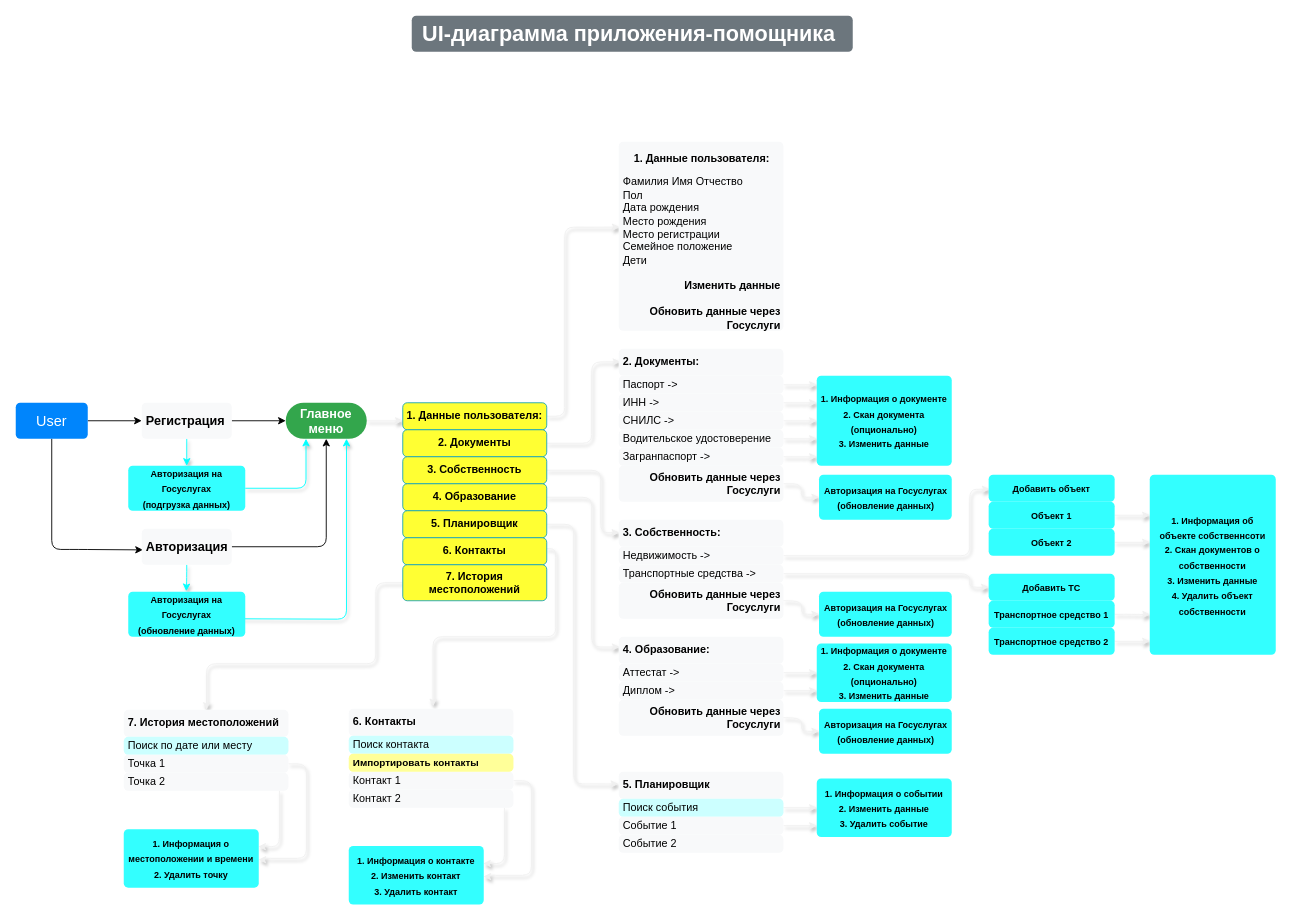
Earlier version of the draw.io diagram UI.drawio (Alexey913/gb_diploma). Source tidied: cells renumbered, new cells numbered last; positions are measured from the earlier drawing's top-left corner, leaving out a move shared by most shapes. Both pictures are drawn from the tidied source at 90%, with x=0, y=0 at pixel (15, 15).
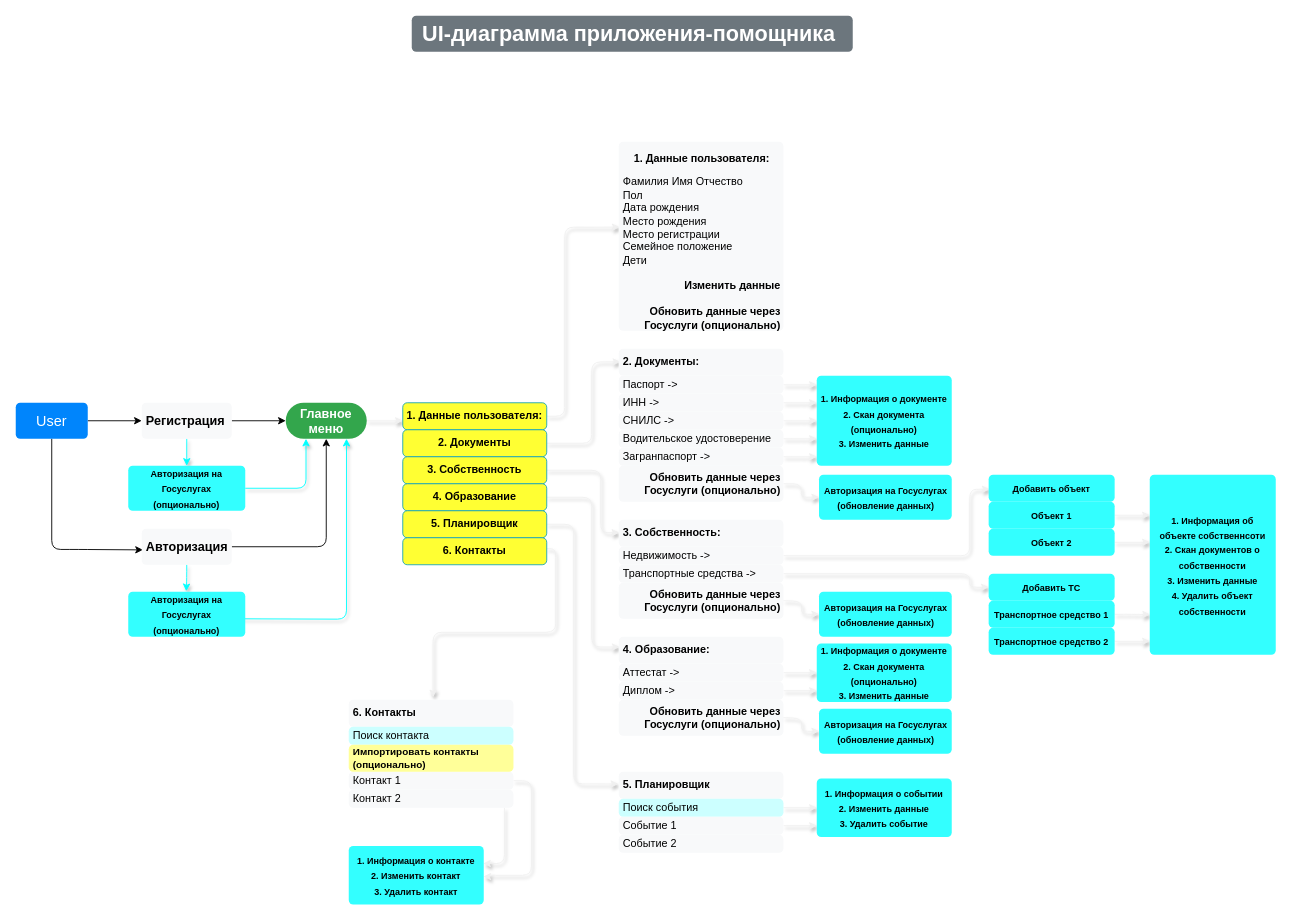
The same page after the edit.

The edit, as a diff of the source:
```diff
@@
-    <mxCell id="9" value="&lt;font style=&quot;font-size: 10px;&quot;&gt;Авторизация на Госуслугах&lt;br&gt;(подгрузка данных)&lt;br&gt;&lt;/font&gt;" style="html=1;shadow=0;dashed=0;shape=mxgraph.bootstrap.rrect;rSize=5;strokeColor=none;strokeWidth=1;fillColor=#33FFFF;fontColor=#000000;whiteSpace=wrap;align=center;verticalAlign=middle;spacingLeft=0;fontStyle=1;fontSize=14;spacing=5;" parent="1" vertex="1">
+    <mxCell id="9" value="&lt;font style=&quot;font-size: 10px;&quot;&gt;Авторизация на Госуслугах&lt;br&gt;(опционально)&lt;br&gt;&lt;/font&gt;" style="html=1;shadow=0;dashed=0;shape=mxgraph.bootstrap.rrect;rSize=5;strokeColor=none;strokeWidth=1;fillColor=#33FFFF;fontColor=#000000;whiteSpace=wrap;align=center;verticalAlign=middle;spacingLeft=0;fontStyle=1;fontSize=14;spacing=5;" parent="1" vertex="1">
       <mxGeometry x="125" y="500" width="130" height="50" as="geometry" />
     </mxCell>
@@
-    <mxCell id="16" value="&lt;font style=&quot;font-size: 10px;&quot;&gt;Авторизация на Госуслугах&lt;br&gt;(обновление данных)&lt;br&gt;&lt;/font&gt;" style="html=1;shadow=0;dashed=0;shape=mxgraph.bootstrap.rrect;rSize=5;strokeColor=none;strokeWidth=1;fillColor=#33FFFF;fontColor=#000000;whiteSpace=wrap;align=center;verticalAlign=middle;spacingLeft=0;fontStyle=1;fontSize=14;spacing=5;" parent="1" vertex="1">
+    <mxCell id="16" value="&lt;font style=&quot;font-size: 10px;&quot;&gt;Авторизация на Госуслугах&lt;br&gt;(опционально)&lt;br&gt;&lt;/font&gt;" style="html=1;shadow=0;dashed=0;shape=mxgraph.bootstrap.rrect;rSize=5;strokeColor=none;strokeWidth=1;fillColor=#33FFFF;fontColor=#000000;whiteSpace=wrap;align=center;verticalAlign=middle;spacingLeft=0;fontStyle=1;fontSize=14;spacing=5;" parent="1" vertex="1">
       <mxGeometry x="125" y="640" width="130" height="50" as="geometry" />
     </mxCell>
@@
-    <mxCell id="29" style="edgeStyle=orthogonalEdgeStyle;html=1;shadow=1;strokeColor=#F0F0F0;fontSize=11;fontColor=#000000;" parent="1" edge="1" source="30" target="90">
-      <mxGeometry relative="1" as="geometry">
-        <Array as="points">
-          <mxPoint x="400" y="630" />
-          <mxPoint x="400" y="720" />
-          <mxPoint x="212" y="720" />
-        </Array>
-      </mxGeometry>
-    </mxCell>
-    <mxCell id="30" value="&lt;div style=&quot;&quot;&gt;&lt;span style=&quot;background-color: initial;&quot;&gt;7. История местоположений&lt;/span&gt;&lt;/div&gt;" style="html=1;shadow=0;dashed=0;shape=mxgraph.bootstrap.rrect;rSize=5;strokeColor=#1CA5B8;strokeWidth=1;fillColor=#FFFF33;fontColor=#000000;whiteSpace=wrap;align=center;verticalAlign=middle;spacingLeft=0;fontStyle=1;fontSize=12;spacing=5;labelPosition=center;verticalLabelPosition=middle;" parent="1" vertex="1">
-      <mxGeometry x="430" y="610" width="160" height="40" as="geometry" />
-    </mxCell>
-    <mxCell id="31" value="&lt;p style=&quot;font-size: 12px; font-weight: 400; text-align: center;&quot;&gt;&lt;span style=&quot;background-color: initial;&quot;&gt;&lt;b&gt;1. Данные пользователя:&lt;/b&gt;&lt;/span&gt;&lt;br&gt;&lt;/p&gt;&lt;div style=&quot;font-size: 12px; font-weight: 400;&quot;&gt;Фамилия&amp;nbsp;&lt;span style=&quot;background-color: initial;&quot;&gt;Имя&amp;nbsp;&lt;/span&gt;&lt;span style=&quot;background-color: initial;&quot;&gt;Отчество&lt;/span&gt;&lt;/div&gt;&lt;div style=&quot;font-size: 12px; font-weight: 400;&quot;&gt;Пол&lt;/div&gt;&lt;div style=&quot;font-size: 12px; font-weight: 400;&quot;&gt;Дата рождения&lt;/div&gt;&lt;div style=&quot;font-size: 12px; font-weight: 400;&quot;&gt;Место рождения&lt;/div&gt;&lt;div style=&quot;font-size: 12px; font-weight: 400;&quot;&gt;Место регистрации&lt;/div&gt;&lt;div style=&quot;font-size: 12px; font-weight: 400;&quot;&gt;&lt;span style=&quot;background-color: initial;&quot;&gt;Семейное&amp;nbsp;&lt;/span&gt;&lt;span style=&quot;background-color: initial;&quot;&gt;положение&lt;/span&gt;&lt;/div&gt;&lt;div style=&quot;font-size: 12px; font-weight: 400;&quot;&gt;&lt;span style=&quot;background-color: initial;&quot;&gt;Дети&lt;/span&gt;&lt;/div&gt;&lt;div style=&quot;font-size: 12px; font-weight: 400;&quot;&gt;&lt;span style=&quot;background-color: initial;&quot;&gt;&lt;br&gt;&lt;/span&gt;&lt;/div&gt;&lt;div style=&quot;font-size: 12px; font-weight: 400; text-align: right;&quot;&gt;&lt;span style=&quot;background-color: initial;&quot;&gt;&lt;b&gt;Изменить данные&lt;/b&gt;&lt;/span&gt;&lt;/div&gt;&lt;div style=&quot;font-size: 12px; font-weight: 400; text-align: right;&quot;&gt;&lt;span style=&quot;background-color: initial;&quot;&gt;&lt;b&gt;&lt;br&gt;&lt;/b&gt;&lt;/span&gt;&lt;/div&gt;&lt;div style=&quot;font-size: 12px; font-weight: 400; text-align: right;&quot;&gt;&lt;span style=&quot;background-color: initial;&quot;&gt;&lt;b&gt;Обновить данные через Госуслуги&lt;/b&gt;&lt;/span&gt;&lt;/div&gt;" style="html=1;shadow=0;dashed=0;shape=mxgraph.bootstrap.rrect;rSize=5;strokeColor=none;strokeWidth=1;fillColor=#F8F9FA;fontColor=#000000;whiteSpace=wrap;align=left;verticalAlign=middle;spacingLeft=0;fontStyle=1;fontSize=11;spacing=5;" parent="1" vertex="1">
+    <mxCell id="31" value="&lt;p style=&quot;font-size: 12px; font-weight: 400; text-align: center;&quot;&gt;&lt;span style=&quot;background-color: initial;&quot;&gt;&lt;b&gt;1. Данные пользователя:&lt;/b&gt;&lt;/span&gt;&lt;br&gt;&lt;/p&gt;&lt;div style=&quot;font-size: 12px; font-weight: 400;&quot;&gt;Фамилия&amp;nbsp;&lt;span style=&quot;background-color: initial;&quot;&gt;Имя&amp;nbsp;&lt;/span&gt;&lt;span style=&quot;background-color: initial;&quot;&gt;Отчество&lt;/span&gt;&lt;/div&gt;&lt;div style=&quot;font-size: 12px; font-weight: 400;&quot;&gt;Пол&lt;/div&gt;&lt;div style=&quot;font-size: 12px; font-weight: 400;&quot;&gt;Дата рождения&lt;/div&gt;&lt;div style=&quot;font-size: 12px; font-weight: 400;&quot;&gt;Место рождения&lt;/div&gt;&lt;div style=&quot;font-size: 12px; font-weight: 400;&quot;&gt;Место регистрации&lt;/div&gt;&lt;div style=&quot;font-size: 12px; font-weight: 400;&quot;&gt;&lt;span style=&quot;background-color: initial;&quot;&gt;Семейное&amp;nbsp;&lt;/span&gt;&lt;span style=&quot;background-color: initial;&quot;&gt;положение&lt;/span&gt;&lt;/div&gt;&lt;div style=&quot;font-size: 12px; font-weight: 400;&quot;&gt;&lt;span style=&quot;background-color: initial;&quot;&gt;Дети&lt;/span&gt;&lt;/div&gt;&lt;div style=&quot;font-size: 12px; font-weight: 400;&quot;&gt;&lt;span style=&quot;background-color: initial;&quot;&gt;&lt;br&gt;&lt;/span&gt;&lt;/div&gt;&lt;div style=&quot;font-size: 12px; font-weight: 400; text-align: right;&quot;&gt;&lt;span style=&quot;background-color: initial;&quot;&gt;&lt;b&gt;Изменить данные&lt;/b&gt;&lt;/span&gt;&lt;/div&gt;&lt;div style=&quot;font-size: 12px; font-weight: 400; text-align: right;&quot;&gt;&lt;span style=&quot;background-color: initial;&quot;&gt;&lt;b&gt;&lt;br&gt;&lt;/b&gt;&lt;/span&gt;&lt;/div&gt;&lt;div style=&quot;font-size: 12px; font-weight: 400; text-align: right;&quot;&gt;&lt;b style=&quot;background-color: initial;&quot;&gt;Обновить данные через Госуслуги (опционально)&lt;/b&gt;&lt;br&gt;&lt;/div&gt;" style="html=1;shadow=0;dashed=0;shape=mxgraph.bootstrap.rrect;rSize=5;strokeColor=none;strokeWidth=1;fillColor=#F8F9FA;fontColor=#000000;whiteSpace=wrap;align=left;verticalAlign=middle;spacingLeft=0;fontStyle=1;fontSize=11;spacing=5;" parent="1" vertex="1">
       <mxGeometry x="670" y="140" width="183" height="210" as="geometry" />
     </mxCell>
@@
-    <mxCell id="36" value="&lt;p style=&quot;text-align: right; font-size: 12px; font-weight: 400;&quot;&gt;&lt;b style=&quot;background-color: initial;&quot;&gt;Обновить данные через Госуслуги&lt;/b&gt;&lt;br&gt;&lt;/p&gt;" style="html=1;shadow=0;dashed=0;shape=mxgraph.bootstrap.rrect;rSize=5;strokeColor=none;strokeWidth=1;fillColor=#F8F9FA;fontColor=#000000;whiteSpace=wrap;align=left;verticalAlign=middle;spacingLeft=0;fontStyle=1;fontSize=11;spacing=5;" parent="1" vertex="1">
+    <mxCell id="36" value="&lt;p style=&quot;text-align: right; font-size: 12px; font-weight: 400;&quot;&gt;&lt;b style=&quot;background-color: initial;&quot;&gt;Обновить данные через Госуслуги (опционально)&lt;/b&gt;&lt;br&gt;&lt;/p&gt;" style="html=1;shadow=0;dashed=0;shape=mxgraph.bootstrap.rrect;rSize=5;strokeColor=none;strokeWidth=1;fillColor=#F8F9FA;fontColor=#000000;whiteSpace=wrap;align=left;verticalAlign=middle;spacingLeft=0;fontStyle=1;fontSize=11;spacing=5;" parent="1" vertex="1">
       <mxGeometry x="670" y="500" width="183" height="40" as="geometry" />
     </mxCell>
@@
-    <mxCell id="50" value="&lt;p style=&quot;text-align: right; font-size: 12px; font-weight: 400;&quot;&gt;&lt;b style=&quot;background-color: initial;&quot;&gt;Обновить данные через Госуслуги&lt;/b&gt;&lt;br&gt;&lt;/p&gt;" style="html=1;shadow=0;dashed=0;shape=mxgraph.bootstrap.rrect;rSize=5;strokeColor=none;strokeWidth=1;fillColor=#F8F9FA;fontColor=#000000;whiteSpace=wrap;align=left;verticalAlign=middle;spacingLeft=0;fontStyle=1;fontSize=11;spacing=5;" parent="1" vertex="1">
+    <mxCell id="50" value="&lt;p style=&quot;text-align: right; font-size: 12px; font-weight: 400;&quot;&gt;&lt;b style=&quot;background-color: initial;&quot;&gt;Обновить данные через Госуслуги (опционально)&lt;/b&gt;&lt;br&gt;&lt;/p&gt;" style="html=1;shadow=0;dashed=0;shape=mxgraph.bootstrap.rrect;rSize=5;strokeColor=none;strokeWidth=1;fillColor=#F8F9FA;fontColor=#000000;whiteSpace=wrap;align=left;verticalAlign=middle;spacingLeft=0;fontStyle=1;fontSize=11;spacing=5;" parent="1" vertex="1">
       <mxGeometry x="670" y="630" width="183" height="40" as="geometry" />
     </mxCell>
@@
-    <mxCell id="71" value="&lt;p style=&quot;text-align: right; font-size: 12px; font-weight: 400;&quot;&gt;&lt;b style=&quot;background-color: initial;&quot;&gt;Обновить данные через Госуслуги&lt;/b&gt;&lt;br&gt;&lt;/p&gt;" style="html=1;shadow=0;dashed=0;shape=mxgraph.bootstrap.rrect;rSize=5;strokeColor=none;strokeWidth=1;fillColor=#F8F9FA;fontColor=#000000;whiteSpace=wrap;align=left;verticalAlign=middle;spacingLeft=0;fontStyle=1;fontSize=11;spacing=5;" parent="1" vertex="1">
+    <mxCell id="71" value="&lt;p style=&quot;text-align: right; font-size: 12px; font-weight: 400;&quot;&gt;&lt;b style=&quot;background-color: initial;&quot;&gt;Обновить данные через Госуслуги (опционально)&lt;/b&gt;&lt;br&gt;&lt;/p&gt;" style="html=1;shadow=0;dashed=0;shape=mxgraph.bootstrap.rrect;rSize=5;strokeColor=none;strokeWidth=1;fillColor=#F8F9FA;fontColor=#000000;whiteSpace=wrap;align=left;verticalAlign=middle;spacingLeft=0;fontStyle=1;fontSize=11;spacing=5;" parent="1" vertex="1">
       <mxGeometry x="670" y="760" width="183" height="40" as="geometry" />
     </mxCell>
@@
     <mxCell id="82" value="&lt;p style=&quot;font-size: 12px; text-align: center; font-weight: 400;&quot;&gt;&lt;span style=&quot;background-color: initial;&quot;&gt;&lt;b&gt;6. Контакты&lt;/b&gt;&lt;/span&gt;&lt;/p&gt;" style="html=1;shadow=0;dashed=0;shape=mxgraph.bootstrap.rrect;rSize=5;strokeColor=none;strokeWidth=1;fillColor=#F8F9FA;fontColor=#000000;whiteSpace=wrap;align=left;verticalAlign=middle;spacingLeft=0;fontStyle=1;fontSize=11;spacing=5;" parent="1" vertex="1">
-      <mxGeometry x="370" y="770" width="183" height="30" as="geometry" />
+      <mxGeometry x="370" y="760" width="183" height="30" as="geometry" />
     </mxCell>
     <mxCell id="83" value="&lt;p style=&quot;font-size: 12px; text-align: center; font-weight: 400;&quot;&gt;&lt;span style=&quot;background-color: initial;&quot;&gt;Поиск контакта&lt;br&gt;&lt;/span&gt;&lt;/p&gt;" style="html=1;shadow=0;dashed=0;shape=mxgraph.bootstrap.rrect;rSize=5;strokeColor=none;strokeWidth=1;fillColor=#CCFFFF;fontColor=#000000;whiteSpace=wrap;align=left;verticalAlign=middle;spacingLeft=0;fontStyle=1;fontSize=11;spacing=5;" parent="1" vertex="1">
-      <mxGeometry x="370" y="800" width="183" height="20" as="geometry" />
+      <mxGeometry x="370" y="790" width="183" height="20" as="geometry" />
     </mxCell>
@@
-    <mxCell id="89" value="Импортировать контакты" style="html=1;shadow=0;dashed=0;shape=mxgraph.bootstrap.rrect;rSize=5;strokeColor=none;strokeWidth=1;fillColor=#FFFF99;fontColor=#000000;whiteSpace=wrap;align=left;verticalAlign=middle;spacingLeft=0;fontStyle=1;fontSize=11;spacing=5;" parent="1" vertex="1">
-      <mxGeometry x="370" y="820" width="183" height="20" as="geometry" />
+    <mxCell id="89" value="Импортировать контакты (опционально)" style="html=1;shadow=0;dashed=0;shape=mxgraph.bootstrap.rrect;rSize=5;strokeColor=none;strokeWidth=1;fillColor=#FFFF99;fontColor=#000000;whiteSpace=wrap;align=left;verticalAlign=middle;spacingLeft=0;fontStyle=1;fontSize=11;spacing=5;" parent="1" vertex="1">
+      <mxGeometry x="370" y="810" width="183" height="30" as="geometry" />
     </mxCell>
-    <mxCell id="90" value="&lt;p style=&quot;font-size: 12px; text-align: center; font-weight: 400;&quot;&gt;&lt;span style=&quot;background-color: initial;&quot;&gt;&lt;b&gt;7. История местоположений&lt;/b&gt;&lt;/span&gt;&lt;/p&gt;" style="html=1;shadow=0;dashed=0;shape=mxgraph.bootstrap.rrect;rSize=5;strokeColor=none;strokeWidth=1;fillColor=#F8F9FA;fontColor=#000000;whiteSpace=wrap;align=left;verticalAlign=middle;spacingLeft=0;fontStyle=1;fontSize=11;spacing=5;" parent="1" vertex="1">
-      <mxGeometry x="120" y="771.2" width="183" height="30" as="geometry" />
-    </mxCell>
-    <mxCell id="91" value="&lt;p style=&quot;font-size: 12px; text-align: center; font-weight: 400;&quot;&gt;&lt;span style=&quot;background-color: initial;&quot;&gt;Поиск по дате или месту&lt;br&gt;&lt;/span&gt;&lt;/p&gt;" style="html=1;shadow=0;dashed=0;shape=mxgraph.bootstrap.rrect;rSize=5;strokeColor=none;strokeWidth=1;fillColor=#CCFFFF;fontColor=#000000;whiteSpace=wrap;align=left;verticalAlign=middle;spacingLeft=0;fontStyle=1;fontSize=11;spacing=5;" parent="1" vertex="1">
-      <mxGeometry x="120" y="801.2" width="183" height="20" as="geometry" />
-    </mxCell>
-    <mxCell id="92" style="edgeStyle=orthogonalEdgeStyle;html=1;shadow=1;strokeColor=#F0F0F0;fontSize=11;fontColor=#000000;entryX=0.998;entryY=0.521;entryDx=0;entryDy=0;entryPerimeter=0;" parent="1" edge="1" source="93" target="96">
-      <mxGeometry relative="1" as="geometry">
-        <Array as="points">
-          <mxPoint x="323" y="831.2" />
-          <mxPoint x="323" y="936.2" />
-          <mxPoint x="273" y="936.2" />
-          <mxPoint x="273" y="937.2" />
-        </Array>
-      </mxGeometry>
-    </mxCell>
-    <mxCell id="93" value="&lt;p style=&quot;font-size: 12px; text-align: center; font-weight: 400;&quot;&gt;&lt;span style=&quot;background-color: initial;&quot;&gt;Точка 1&lt;br&gt;&lt;/span&gt;&lt;/p&gt;" style="html=1;shadow=0;dashed=0;shape=mxgraph.bootstrap.rrect;rSize=5;strokeColor=none;strokeWidth=1;fillColor=#F8F9FA;fontColor=#000000;whiteSpace=wrap;align=left;verticalAlign=middle;spacingLeft=0;fontStyle=1;fontSize=11;spacing=5;" parent="1" vertex="1">
-      <mxGeometry x="120" y="821.2" width="183" height="20" as="geometry" />
-    </mxCell>
-    <mxCell id="94" style="edgeStyle=orthogonalEdgeStyle;html=1;entryX=0.996;entryY=0.299;entryDx=0;entryDy=0;entryPerimeter=0;shadow=1;strokeColor=#F0F0F0;fontSize=11;fontColor=#000000;" parent="1" edge="1" source="95" target="96">
-      <mxGeometry relative="1" as="geometry">
-        <Array as="points">
-          <mxPoint x="293" y="923.2" />
-        </Array>
-      </mxGeometry>
-    </mxCell>
-    <mxCell id="95" value="&lt;p style=&quot;font-size: 12px; text-align: center; font-weight: 400;&quot;&gt;&lt;span style=&quot;background-color: initial;&quot;&gt;Точка 2&lt;br&gt;&lt;/span&gt;&lt;/p&gt;" style="html=1;shadow=0;dashed=0;shape=mxgraph.bootstrap.rrect;rSize=5;strokeColor=none;strokeWidth=1;fillColor=#F8F9FA;fontColor=#000000;whiteSpace=wrap;align=left;verticalAlign=middle;spacingLeft=0;fontStyle=1;fontSize=11;spacing=5;" parent="1" vertex="1">
-      <mxGeometry x="120" y="841.2" width="183" height="20" as="geometry" />
-    </mxCell>
-    <mxCell id="96" value="&lt;font style=&quot;font-size: 10px;&quot;&gt;1. Информация о местоположении и времени&lt;br&gt;2. Удалить точку&lt;br&gt;&lt;/font&gt;" style="html=1;shadow=0;dashed=0;shape=mxgraph.bootstrap.rrect;rSize=5;strokeColor=none;strokeWidth=1;fillColor=#33FFFF;fontColor=#000000;whiteSpace=wrap;align=center;verticalAlign=middle;spacingLeft=0;fontStyle=1;fontSize=14;spacing=5;" parent="1" vertex="1">
-      <mxGeometry x="120" y="903.8" width="150" height="65" as="geometry" />
-    </mxCell>
```
